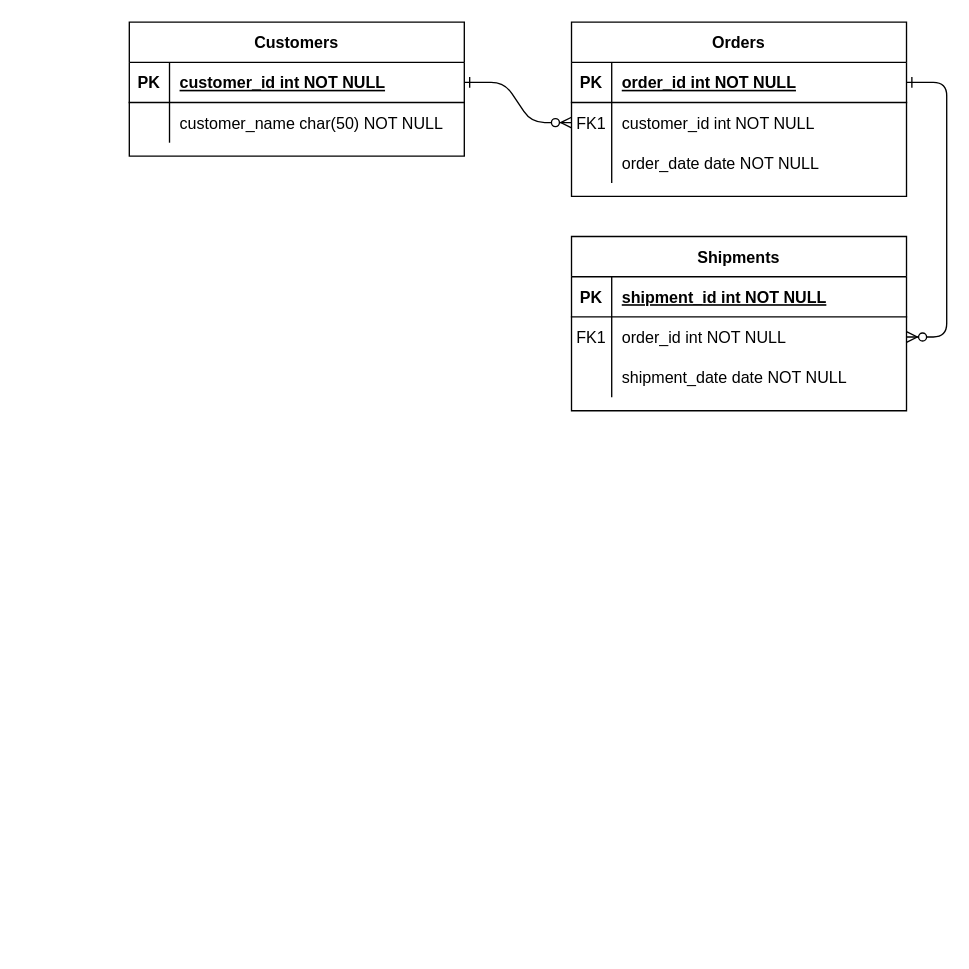
Earlier version of the draw.io diagram erdflutter.drawio (hoangansu9/hoangansu9). Source tidied: cells renumbered, new cells numbered last; positions are measured from the earlier drawing's top-left corner, leaving out a move shared by most shapes. Both pictures are drawn from the tidied source at 134%, with x=0, y=0 at pixel (129, 21).
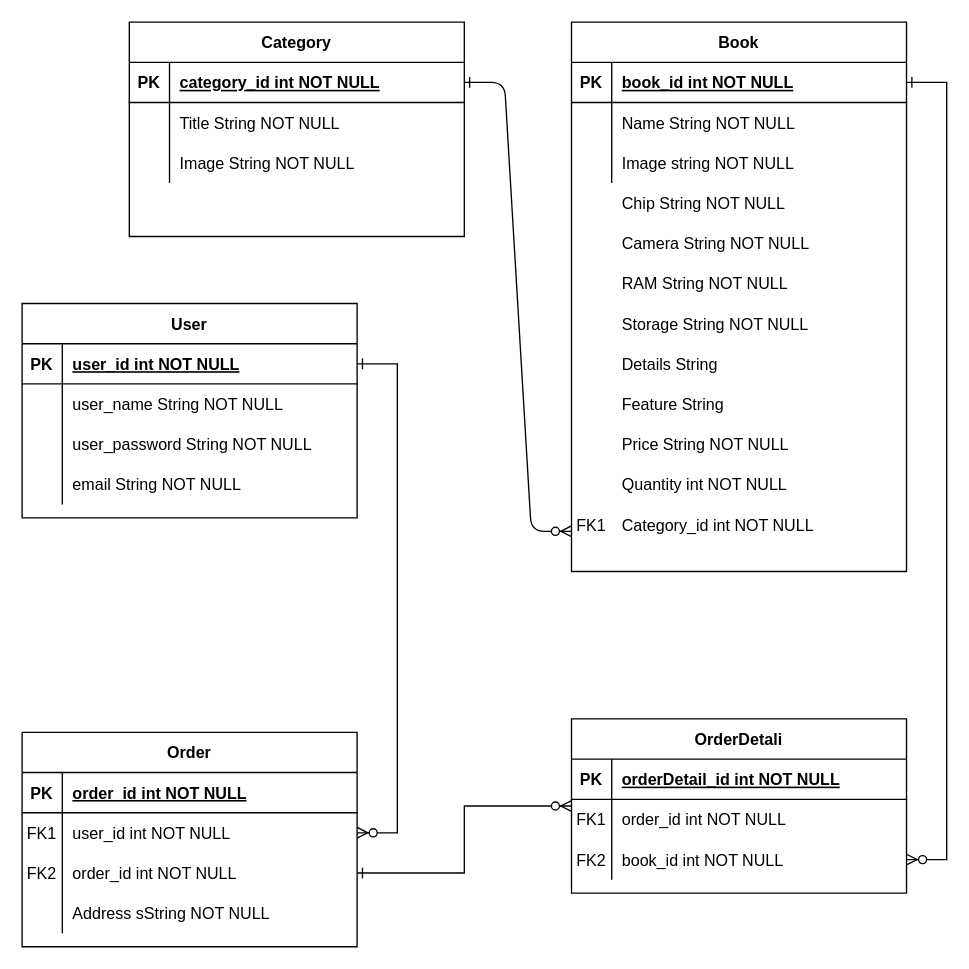
The same page after the edit.

The change refers to these unchanged cells:
```xml
<mxCell id="5" style="shape=partialRectangle;fillColor=none;points=[[0,0.5],[1,0.5]];portConstraint=eastwest;top=0;left=0;right=0;bottom=1;" parent="4" vertex="1">
  <mxGeometry y="30" width="250" height="30" as="geometry" />
</mxCell>
<mxCell id="8" style="shape=partialRectangle;fillColor=none;points=[[0,0.5],[1,0.5]];portConstraint=eastwest;top=0;left=0;right=0;bottom=0;" parent="4" vertex="1">
  <mxGeometry y="60" width="250" height="30" as="geometry" />
</mxCell>
<mxCell id="11" style="shape=partialRectangle;fillColor=none;top=0;left=0;right=0;bottom=0;" parent="4" vertex="1">
  <mxGeometry y="90" width="250" height="30" as="geometry" />
</mxCell>
<mxCell id="15" style="shape=partialRectangle;fillColor=none;top=0;left=0;right=0;bottom=1;" parent="14" vertex="1">
  <mxGeometry y="30" width="250" height="30" as="geometry" />
</mxCell>
<mxCell id="25" style="shape=partialRectangle;fillColor=none;points=[[0,0.5],[1,0.5]];portConstraint=eastwest;top=0;left=0;right=0;bottom=1;" parent="24" vertex="1">
  <mxGeometry y="30" width="250" height="30" as="geometry" />
</mxCell>
<mxCell id="28" style="shape=partialRectangle;fillColor=none;top=0;left=0;right=0;bottom=0;" parent="24" vertex="1">
  <mxGeometry y="60" width="250" height="30" as="geometry" />
</mxCell>
```

What changed in the source:
```diff
@@
-    <mxCell id="2" style="edgeStyle=entityRelationEdgeStyle;endArrow=ERzeroToMany;startArrow=ERone;endFill=1;startFill=0;" parent="1" edge="1" source="25" target="8">
-      <mxGeometry relative="1" as="geometry" />
-    </mxCell>
-    <mxCell id="3" style="edgeStyle=entityRelationEdgeStyle;endArrow=ERzeroToMany;startArrow=ERone;endFill=1;startFill=0;" parent="1" edge="1" source="5" target="18">
-      <mxGeometry relative="1" as="geometry" />
-    </mxCell>
-    <mxCell id="4" value="Orders" style="shape=table;startSize=30;childLayout=tableLayout;rowLines=0;fontStyle=1;align=center;" parent="1" vertex="1">
-      <mxGeometry x="330" width="250" height="130" as="geometry" />
+    <mxCell id="4" value="Book" style="shape=table;startSize=30;childLayout=tableLayout;rowLines=0;fontStyle=1;align=center;" parent="1" vertex="1">
+      <mxGeometry x="330" width="250" height="410" as="geometry" />
     </mxCell>
@@
-    <mxCell id="7" value="order_id int NOT NULL " style="shape=partialRectangle;overflow=hidden;fillColor=none;top=0;left=0;bottom=0;right=0;align=left;spacingLeft=6;fontStyle=5;" parent="5" vertex="1">
+    <mxCell id="7" value="book_id int NOT NULL " style="shape=partialRectangle;overflow=hidden;fillColor=none;top=0;left=0;bottom=0;right=0;align=left;spacingLeft=6;fontStyle=5;" parent="5" vertex="1">
       <mxGeometry x="30" width="220" height="30" as="geometry" />
     </mxCell>
@@
-    <mxCell id="9" value="FK1" style="shape=partialRectangle;overflow=hidden;fillColor=none;top=0;left=0;bottom=0;right=0;" parent="8" vertex="1">
+    <mxCell id="9" style="shape=partialRectangle;overflow=hidden;fillColor=none;top=0;left=0;bottom=0;right=0;" parent="8" vertex="1">
       <mxGeometry width="30" height="30" as="geometry" />
     </mxCell>
-    <mxCell id="10" value="customer_id int NOT NULL" style="shape=partialRectangle;overflow=hidden;fillColor=none;top=0;left=0;bottom=0;right=0;align=left;spacingLeft=6;" parent="8" vertex="1">
+    <mxCell id="10" value="Name String NOT NULL" style="shape=partialRectangle;overflow=hidden;fillColor=none;top=0;left=0;bottom=0;right=0;align=left;spacingLeft=6;" parent="8" vertex="1">
       <mxGeometry x="30" width="220" height="30" as="geometry" />
     </mxCell>
@@
-    <mxCell id="13" value="order_date date NOT NULL" style="shape=partialRectangle;overflow=hidden;fillColor=none;top=0;left=0;bottom=0;right=0;align=left;spacingLeft=6;" parent="11" vertex="1">
+    <mxCell id="13" value="Image string NOT NULL" style="shape=partialRectangle;overflow=hidden;fillColor=none;top=0;left=0;bottom=0;right=0;align=left;spacingLeft=6;" parent="11" vertex="1">
       <mxGeometry x="30" width="220" height="30" as="geometry" />
     </mxCell>
+    <mxCell id="31" style="edgeStyle=orthogonalEdgeStyle;rounded=0;jettySize=auto;html=1;startArrow=ERone;startFill=0;endArrow=ERzeroToMany;endFill=1;exitX=1;exitY=0.5;exitDx=0;exitDy=0;" parent="1" edge="1" source="18" target="63">
+      <mxGeometry relative="1" as="geometry" />
+    </mxCell>
-    <mxCell id="14" value="Shipments" style="shape=table;startSize=30;childLayout=tableLayout;rowLines=0;fontStyle=1;align=center;" parent="1" vertex="1">
-      <mxGeometry x="330" y="160" width="250" height="130" as="geometry" />
+    <mxCell id="14" value="Order" style="shape=table;startSize=30;childLayout=tableLayout;rowLines=0;fontStyle=1;align=center;" parent="1" vertex="1">
+      <mxGeometry x="-80" y="530" width="250" height="160" as="geometry" />
     </mxCell>
@@
-    <mxCell id="17" value="shipment_id int NOT NULL " style="shape=partialRectangle;overflow=hidden;fillColor=none;top=0;left=0;bottom=0;right=0;align=left;spacingLeft=6;fontStyle=5;" parent="15" vertex="1">
+    <mxCell id="17" value="order_id int NOT NULL " style="shape=partialRectangle;overflow=hidden;fillColor=none;top=0;left=0;bottom=0;right=0;align=left;spacingLeft=6;fontStyle=5;" parent="15" vertex="1">
       <mxGeometry x="30" width="220" height="30" as="geometry" />
     </mxCell>
+    <mxCell id="21" style="shape=partialRectangle;fillColor=none;points=[[0,0.5],[1,0.5]];portConstraint=eastwest;top=0;left=0;right=0;bottom=0;" parent="14" vertex="1">
+      <mxGeometry y="60" width="250" height="30" as="geometry" />
+    </mxCell>
+    <mxCell id="22" style="shape=partialRectangle;overflow=hidden;fillColor=none;top=0;left=0;bottom=0;right=0;" parent="21" vertex="1">
+      <mxGeometry width="30" height="30" as="geometry" />
+    </mxCell>
+    <mxCell id="23" value="user_id int NOT NULL" style="shape=partialRectangle;overflow=hidden;fillColor=none;top=0;left=0;bottom=0;right=0;align=left;spacingLeft=6;" parent="21" vertex="1">
+      <mxGeometry x="30" width="220" height="30" as="geometry" />
+    </mxCell>
     <mxCell id="18" style="shape=partialRectangle;fillColor=none;points=[[0,0.5],[1,0.5]];portConstraint=eastwest;top=0;left=0;right=0;bottom=0;" parent="14" vertex="1">
-      <mxGeometry y="60" width="250" height="30" as="geometry" />
+      <mxGeometry y="90" width="250" height="30" as="geometry" />
     </mxCell>
-    <mxCell id="19" value="FK1" style="shape=partialRectangle;overflow=hidden;fillColor=none;top=0;left=0;bottom=0;right=0;" parent="18" vertex="1">
+    <mxCell id="19" style="shape=partialRectangle;overflow=hidden;fillColor=none;top=0;left=0;bottom=0;right=0;" parent="18" vertex="1">
       <mxGeometry width="30" height="30" as="geometry" />
     </mxCell>
@@
-    <mxCell id="21" style="shape=partialRectangle;fillColor=none;points=[[0,0.5],[1,0.5]];portConstraint=eastwest;top=0;left=0;right=0;bottom=0;" parent="14" vertex="1">
-      <mxGeometry y="90" width="250" height="30" as="geometry" />
-    </mxCell>
-    <mxCell id="22" style="shape=partialRectangle;overflow=hidden;fillColor=none;top=0;left=0;bottom=0;right=0;" parent="21" vertex="1">
-      <mxGeometry width="30" height="30" as="geometry" />
-    </mxCell>
-    <mxCell id="23" value="shipment_date date NOT NULL" style="shape=partialRectangle;overflow=hidden;fillColor=none;top=0;left=0;bottom=0;right=0;align=left;spacingLeft=6;" parent="21" vertex="1">
-      <mxGeometry x="30" width="220" height="30" as="geometry" />
-    </mxCell>
+    <mxCell id="32" style="shape=partialRectangle;fillColor=none;top=0;left=0;right=0;bottom=0;" parent="14" vertex="1">
+      <mxGeometry y="120" width="250" height="30" as="geometry" />
+    </mxCell>
+    <mxCell id="33" style="shape=partialRectangle;overflow=hidden;fillColor=none;top=0;left=0;bottom=0;right=0;" parent="32" vertex="1">
+      <mxGeometry width="30" height="30" as="geometry" />
+    </mxCell>
+    <mxCell id="34" value="Address sString NOT NULL" style="shape=partialRectangle;overflow=hidden;fillColor=none;top=0;left=0;bottom=0;right=0;align=left;spacingLeft=6;" parent="32" vertex="1">
+      <mxGeometry x="30" width="220" height="30" as="geometry" />
+    </mxCell>
-    <mxCell id="24" value="Customers" style="shape=table;startSize=30;childLayout=tableLayout;rowLines=0;fontStyle=1;align=center;" parent="1" vertex="1">
-      <mxGeometry width="250" height="100" as="geometry" />
+    <mxCell id="24" value="Category" style="shape=table;startSize=30;childLayout=tableLayout;rowLines=0;fontStyle=1;align=center;" parent="1" vertex="1">
+      <mxGeometry width="250" height="160" as="geometry" />
     </mxCell>
@@
-    <mxCell id="27" value="customer_id int NOT NULL " style="shape=partialRectangle;overflow=hidden;fillColor=none;top=0;left=0;bottom=0;right=0;align=left;spacingLeft=6;fontStyle=5;" parent="25" vertex="1">
+    <mxCell id="27" value="category_id int NOT NULL " style="shape=partialRectangle;overflow=hidden;fillColor=none;top=0;left=0;bottom=0;right=0;align=left;spacingLeft=6;fontStyle=5;" parent="25" vertex="1">
       <mxGeometry x="30" width="220" height="30" as="geometry" />
     </mxCell>
@@
-    <mxCell id="30" value="customer_name char(50) NOT NULL" style="shape=partialRectangle;overflow=hidden;fillColor=none;top=0;left=0;bottom=0;right=0;align=left;spacingLeft=6;" parent="28" vertex="1">
+    <mxCell id="30" value="Title String NOT NULL" style="shape=partialRectangle;overflow=hidden;fillColor=none;top=0;left=0;bottom=0;right=0;align=left;spacingLeft=6;" parent="28" vertex="1">
       <mxGeometry x="30" width="220" height="30" as="geometry" />
     </mxCell>
+    <mxCell id="35" style="shape=partialRectangle;fillColor=none;top=0;left=0;right=0;bottom=0;" parent="24" vertex="1">
+      <mxGeometry y="90" width="250" height="30" as="geometry" />
+    </mxCell>
+    <mxCell id="36" style="shape=partialRectangle;overflow=hidden;fillColor=none;top=0;left=0;bottom=0;right=0;" parent="35" vertex="1">
+      <mxGeometry width="30" height="30" as="geometry" />
+    </mxCell>
+    <mxCell id="37" value="Image String NOT NULL" style="shape=partialRectangle;overflow=hidden;fillColor=none;top=0;left=0;bottom=0;right=0;align=left;spacingLeft=6;" parent="35" vertex="1">
+      <mxGeometry x="30" width="220" height="30" as="geometry" />
+    </mxCell>
+    <mxCell id="38" value="Chip String NOT NULL" style="shape=partialRectangle;overflow=hidden;fillColor=none;top=0;left=0;bottom=0;right=0;align=left;spacingLeft=6;" parent="1" vertex="1">
+      <mxGeometry x="360" y="120" width="220" height="30" as="geometry" />
+    </mxCell>
+    <mxCell id="39" value="Camera String NOT NULL" style="shape=partialRectangle;overflow=hidden;fillColor=none;top=0;left=0;bottom=0;right=0;align=left;spacingLeft=6;" parent="1" vertex="1">
+      <mxGeometry x="360" y="150" width="220" height="30" as="geometry" />
+    </mxCell>
+    <mxCell id="40" value="RAM String NOT NULL" style="shape=partialRectangle;overflow=hidden;fillColor=none;top=0;left=0;bottom=0;right=0;align=left;spacingLeft=6;" parent="1" vertex="1">
+      <mxGeometry x="360" y="180" width="220" height="30" as="geometry" />
+    </mxCell>
+    <mxCell id="41" value="Storage String NOT NULL" style="shape=partialRectangle;overflow=hidden;fillColor=none;top=0;left=0;bottom=0;right=0;align=left;spacingLeft=6;" parent="1" vertex="1">
+      <mxGeometry x="360" y="210" width="220" height="30" as="geometry" />
+    </mxCell>
+    <mxCell id="42" value="Details String " style="shape=partialRectangle;overflow=hidden;fillColor=none;top=0;left=0;bottom=0;right=0;align=left;spacingLeft=6;" parent="1" vertex="1">
+      <mxGeometry x="360" y="240" width="220" height="30" as="geometry" />
+    </mxCell>
+    <mxCell id="43" value="Feature String" style="shape=partialRectangle;overflow=hidden;fillColor=none;top=0;left=0;bottom=0;right=0;align=left;spacingLeft=6;" parent="1" vertex="1">
+      <mxGeometry x="360" y="270" width="220" height="30" as="geometry" />
+    </mxCell>
+    <mxCell id="44" value="Price String NOT NULL" style="shape=partialRectangle;overflow=hidden;fillColor=none;top=0;left=0;bottom=0;right=0;align=left;spacingLeft=6;" parent="1" vertex="1">
+      <mxGeometry x="360" y="300" width="220" height="30" as="geometry" />
+    </mxCell>
+    <mxCell id="45" value="Quantity int NOT NULL" style="shape=partialRectangle;overflow=hidden;fillColor=none;top=0;left=0;bottom=0;right=0;align=left;spacingLeft=6;" parent="1" vertex="1">
+      <mxGeometry x="360" y="330" width="220" height="30" as="geometry" />
+    </mxCell>
+    <mxCell id="46" value="Category_id int NOT NULL" style="shape=partialRectangle;overflow=hidden;fillColor=none;top=0;left=0;bottom=0;right=0;align=left;spacingLeft=6;" parent="1" vertex="1">
+      <mxGeometry x="360" y="360" width="220" height="30" as="geometry" />
+    </mxCell>
+    <mxCell id="47" value="FK1" style="shape=partialRectangle;overflow=hidden;fillColor=none;top=0;left=0;bottom=0;right=0;" parent="1" vertex="1">
+      <mxGeometry x="330" y="360" width="30" height="30" as="geometry" />
+    </mxCell>
+    <mxCell id="48" style="edgeStyle=entityRelationEdgeStyle;endArrow=ERzeroToMany;startArrow=ERone;endFill=1;startFill=0;" parent="1" edge="1" source="25">
+      <mxGeometry relative="1" as="geometry">
+        <mxPoint x="330" y="380" as="targetPoint" />
+      </mxGeometry>
+    </mxCell>
+    <mxCell id="49" style="rounded=0;jettySize=auto;html=1;startArrow=ERone;startFill=0;endArrow=ERzeroToMany;endFill=1;edgeStyle=entityRelationEdgeStyle;elbow=vertical;exitX=1;exitY=0.5;exitDx=0;exitDy=0;entryX=1;entryY=0.5;entryDx=0;entryDy=0;" parent="1" edge="1" source="51" target="21">
+      <mxGeometry relative="1" as="geometry" />
+    </mxCell>
+    <mxCell id="50" value="User" style="shape=table;startSize=30;childLayout=tableLayout;rowLines=0;fontStyle=1;align=center;" parent="1" vertex="1">
+      <mxGeometry x="-80" y="210" width="250" height="160" as="geometry" />
+    </mxCell>
+    <mxCell id="51" style="shape=partialRectangle;fillColor=none;points=[[0,0.5],[1,0.5]];portConstraint=eastwest;top=0;left=0;right=0;bottom=1;" parent="50" vertex="1">
+      <mxGeometry y="30" width="250" height="30" as="geometry" />
+    </mxCell>
+    <mxCell id="52" value="PK" style="shape=partialRectangle;overflow=hidden;fillColor=none;top=0;left=0;bottom=0;right=0;fontStyle=1;" parent="51" vertex="1">
+      <mxGeometry width="30" height="30" as="geometry" />
+    </mxCell>
+    <mxCell id="53" value="user_id int NOT NULL " style="shape=partialRectangle;overflow=hidden;fillColor=none;top=0;left=0;bottom=0;right=0;align=left;spacingLeft=6;fontStyle=5;" parent="51" vertex="1">
+      <mxGeometry x="30" width="220" height="30" as="geometry" />
+    </mxCell>
+    <mxCell id="54" style="shape=partialRectangle;fillColor=none;top=0;left=0;right=0;bottom=0;" parent="50" vertex="1">
+      <mxGeometry y="60" width="250" height="30" as="geometry" />
+    </mxCell>
+    <mxCell id="55" style="shape=partialRectangle;overflow=hidden;fillColor=none;top=0;left=0;bottom=0;right=0;" parent="54" vertex="1">
+      <mxGeometry width="30" height="30" as="geometry" />
+    </mxCell>
+    <mxCell id="56" value="user_name String NOT NULL" style="shape=partialRectangle;overflow=hidden;fillColor=none;top=0;left=0;bottom=0;right=0;align=left;spacingLeft=6;" parent="54" vertex="1">
+      <mxGeometry x="30" width="220" height="30" as="geometry" />
+    </mxCell>
+    <mxCell id="57" style="shape=partialRectangle;fillColor=none;top=0;left=0;right=0;bottom=0;" parent="50" vertex="1">
+      <mxGeometry y="90" width="250" height="30" as="geometry" />
+    </mxCell>
+    <mxCell id="58" style="shape=partialRectangle;overflow=hidden;fillColor=none;top=0;left=0;bottom=0;right=0;" parent="57" vertex="1">
+      <mxGeometry width="30" height="30" as="geometry" />
+    </mxCell>
+    <mxCell id="59" value="user_password String NOT NULL" style="shape=partialRectangle;overflow=hidden;fillColor=none;top=0;left=0;bottom=0;right=0;align=left;spacingLeft=6;" parent="57" vertex="1">
+      <mxGeometry x="30" width="220" height="30" as="geometry" />
+    </mxCell>
+    <mxCell id="60" style="shape=partialRectangle;fillColor=none;top=0;left=0;right=0;bottom=0;" parent="50" vertex="1">
+      <mxGeometry y="120" width="250" height="30" as="geometry" />
+    </mxCell>
+    <mxCell id="61" style="shape=partialRectangle;overflow=hidden;fillColor=none;top=0;left=0;bottom=0;right=0;" parent="60" vertex="1">
+      <mxGeometry width="30" height="30" as="geometry" />
+    </mxCell>
+    <mxCell id="62" value="email String NOT NULL" style="shape=partialRectangle;overflow=hidden;fillColor=none;top=0;left=0;bottom=0;right=0;align=left;spacingLeft=6;" parent="60" vertex="1">
+      <mxGeometry x="30" width="220" height="30" as="geometry" />
+    </mxCell>
+    <mxCell id="63" value="OrderDetali" style="shape=table;startSize=30;childLayout=tableLayout;rowLines=0;fontStyle=1;align=center;" parent="1" vertex="1">
+      <mxGeometry x="330" y="520" width="250" height="130" as="geometry" />
+    </mxCell>
+    <mxCell id="64" style="shape=partialRectangle;fillColor=none;top=0;left=0;right=0;bottom=1;" parent="63" vertex="1">
+      <mxGeometry y="30" width="250" height="30" as="geometry" />
+    </mxCell>
+    <mxCell id="65" value="PK" style="shape=partialRectangle;overflow=hidden;fillColor=none;top=0;left=0;bottom=0;right=0;fontStyle=1;" parent="64" vertex="1">
+      <mxGeometry width="30" height="30" as="geometry" />
+    </mxCell>
+    <mxCell id="66" value="orderDetail_id int NOT NULL " style="shape=partialRectangle;overflow=hidden;fillColor=none;top=0;left=0;bottom=0;right=0;align=left;spacingLeft=6;fontStyle=5;" parent="64" vertex="1">
+      <mxGeometry x="30" width="220" height="30" as="geometry" />
+    </mxCell>
+    <mxCell id="67" style="shape=partialRectangle;fillColor=none;top=0;left=0;right=0;bottom=0;" parent="63" vertex="1">
+      <mxGeometry y="60" width="250" height="30" as="geometry" />
+    </mxCell>
+    <mxCell id="68" value="FK1" style="shape=partialRectangle;overflow=hidden;fillColor=none;top=0;left=0;bottom=0;right=0;" parent="67" vertex="1">
+      <mxGeometry width="30" height="30" as="geometry" />
+    </mxCell>
+    <mxCell id="69" value="order_id int NOT NULL" style="shape=partialRectangle;overflow=hidden;fillColor=none;top=0;left=0;bottom=0;right=0;align=left;spacingLeft=6;" parent="67" vertex="1">
+      <mxGeometry x="30" width="220" height="30" as="geometry" />
+    </mxCell>
+    <mxCell id="70" style="shape=partialRectangle;fillColor=none;points=[[0,0.5],[1,0.5]];portConstraint=eastwest;top=0;left=0;right=0;bottom=0;" parent="63" vertex="1">
+      <mxGeometry y="90" width="250" height="30" as="geometry" />
+    </mxCell>
+    <mxCell id="71" style="shape=partialRectangle;overflow=hidden;fillColor=none;top=0;left=0;bottom=0;right=0;" parent="70" vertex="1">
+      <mxGeometry width="30" height="30" as="geometry" />
+    </mxCell>
+    <mxCell id="72" value="book_id int NOT NULL" style="shape=partialRectangle;overflow=hidden;fillColor=none;top=0;left=0;bottom=0;right=0;align=left;spacingLeft=6;" parent="70" vertex="1">
+      <mxGeometry x="30" width="220" height="30" as="geometry" />
+    </mxCell>
+    <mxCell id="73" style="edgeStyle=entityRelationEdgeStyle;rounded=0;jettySize=auto;html=1;startArrow=ERone;startFill=0;endArrow=ERzeroToMany;endFill=1;" parent="1" edge="1" source="5" target="70">
+      <mxGeometry relative="1" as="geometry" />
+    </mxCell>
+    <mxCell id="74" value="FK2" style="shape=partialRectangle;overflow=hidden;fillColor=none;top=0;left=0;bottom=0;right=0;" parent="1" vertex="1">
+      <mxGeometry x="330" y="610" width="30" height="30" as="geometry" />
+    </mxCell>
+    <mxCell id="75" value="FK1" style="shape=partialRectangle;overflow=hidden;fillColor=none;top=0;left=0;bottom=0;right=0;" parent="1" vertex="1">
+      <mxGeometry x="-80" y="590" width="30" height="30" as="geometry" />
+    </mxCell>
+    <mxCell id="76" value="FK2" style="shape=partialRectangle;overflow=hidden;fillColor=none;top=0;left=0;bottom=0;right=0;" parent="1" vertex="1">
+      <mxGeometry x="-80" y="620" width="30" height="30" as="geometry" />
+    </mxCell>
```
